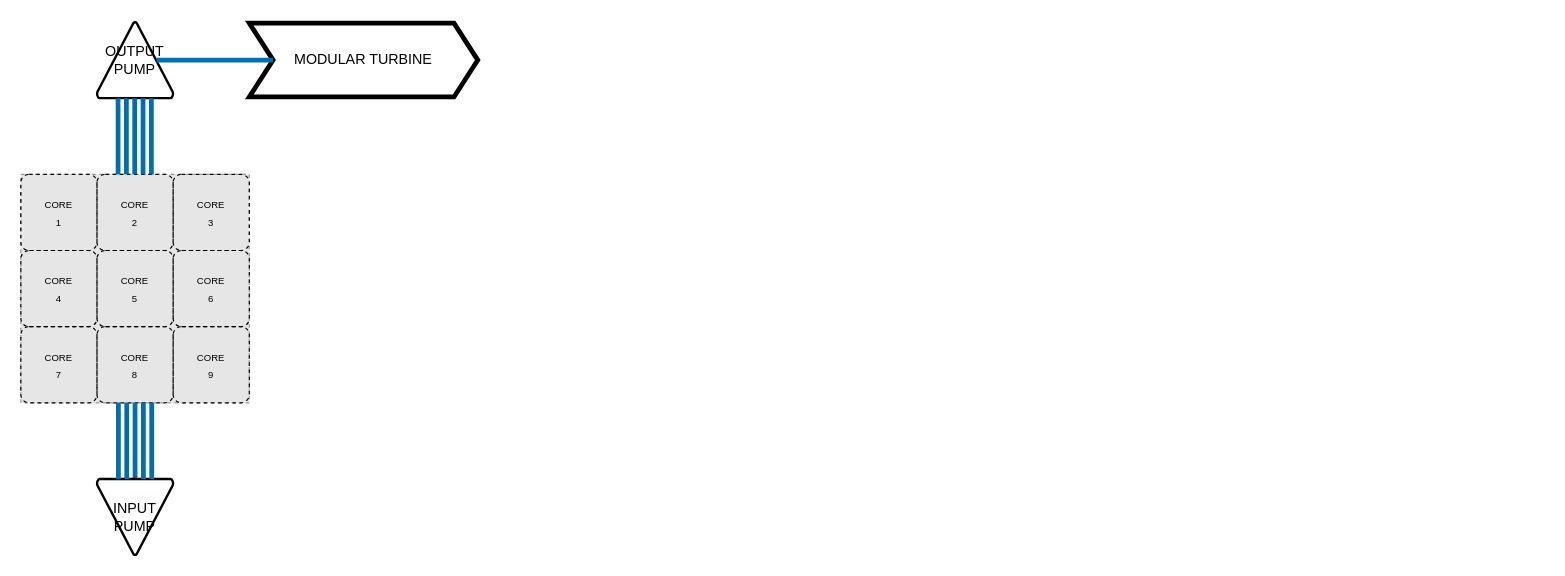
DoctorSquishy/SS13_Modular_Reactor keeps this draw.io diagram as page "Reactor Connections" (1 of 2) of Modular_Reactor_Planning.drawio. Above is the earlier version. Source tidied: cells renumbered, new cells numbered last; positions are measured from the earlier drawing's top-left corner, leaving out a move shared by most shapes. Both pictures are drawn from the tidied source at 119%, with x=0, y=0 at pixel (20, 21). Pictures stored in the file or linked from it are replaced by grey dashed boxes.
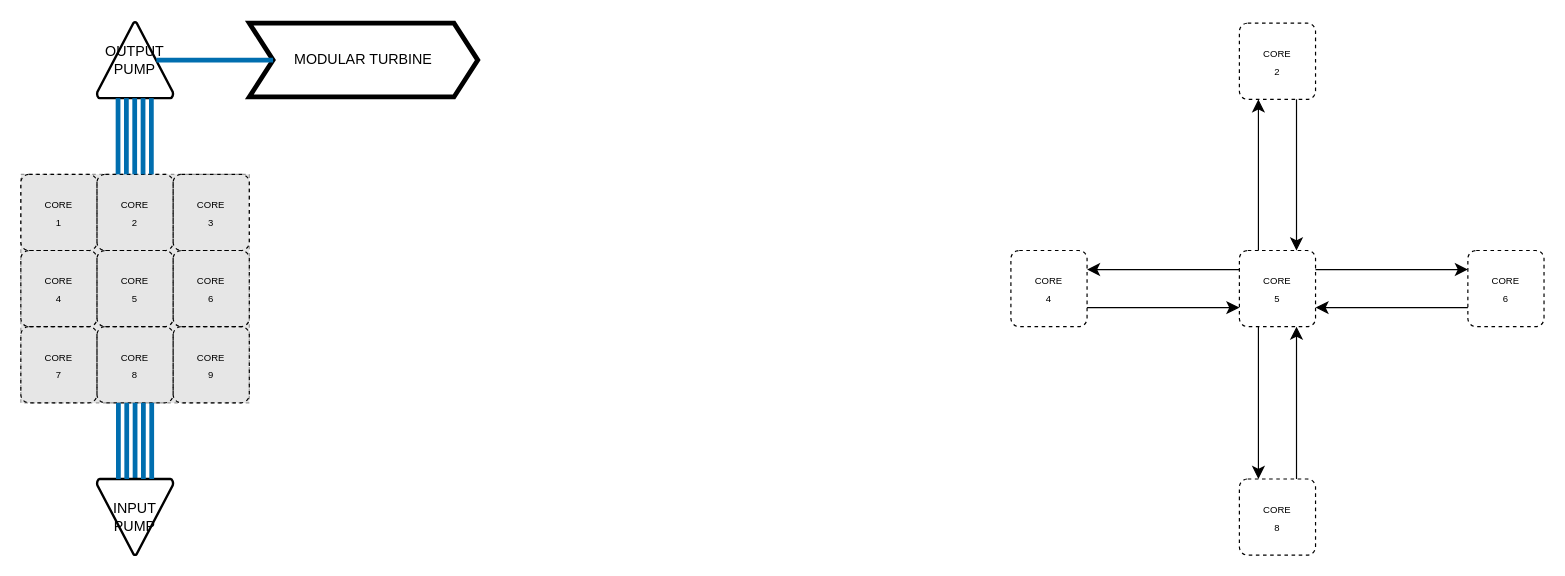
The same diagram, later.

What changed in the source:
```diff
@@
+    <mxCell id="26" style="edgeStyle=none;curved=1;rounded=0;jettySize=auto;html=1;entryX=0.75;entryY=0;entryDx=0;entryDy=0;fontSize=12;startSize=8;endSize=8;exitX=0.75;exitY=1;exitDx=0;exitDy=0;" parent="1" edge="1" source="27" target="34">
+      <mxGeometry relative="1" as="geometry" />
+    </mxCell>
+    <mxCell id="27" value="&lt;div&gt;&lt;font style=&quot;font-size: 8px;&quot;&gt;CORE&lt;/font&gt;&lt;/div&gt;&lt;div&gt;&lt;font style=&quot;font-size: 8px;&quot;&gt;2&lt;br&gt;&lt;/font&gt;&lt;/div&gt;" style="rounded=1;whiteSpace=wrap;html=1;absoluteArcSize=1;arcSize=14;strokeWidth=1;fillColor=none;shadow=0;glass=0;strokeColor=default;dashed=1;fillStyle=auto;gradientColor=none;" parent="1" vertex="1">
+      <mxGeometry x="1024" y="1" width="64" height="64" as="geometry" />
+    </mxCell>
+    <mxCell id="28" style="edgeStyle=none;curved=1;rounded=0;jettySize=auto;html=1;entryX=0;entryY=0.75;entryDx=0;entryDy=0;fontSize=12;startSize=8;endSize=8;exitX=1;exitY=0.75;exitDx=0;exitDy=0;" parent="1" edge="1" source="29" target="34">
+      <mxGeometry relative="1" as="geometry" />
+    </mxCell>
+    <mxCell id="29" value="&lt;div&gt;&lt;font style=&quot;font-size: 8px;&quot;&gt;CORE&lt;/font&gt;&lt;/div&gt;&lt;div&gt;&lt;font style=&quot;font-size: 8px;&quot;&gt;4&lt;br&gt;&lt;/font&gt;&lt;/div&gt;" style="rounded=1;whiteSpace=wrap;html=1;absoluteArcSize=1;arcSize=14;strokeWidth=1;fillColor=none;shadow=0;glass=0;strokeColor=default;dashed=1;fillStyle=auto;gradientColor=none;" parent="1" vertex="1">
+      <mxGeometry x="832" y="192" width="64" height="64" as="geometry" />
+    </mxCell>
+    <mxCell id="30" style="edgeStyle=none;curved=1;rounded=0;jettySize=auto;html=1;fontSize=12;startSize=8;endSize=8;startArrow=none;startFill=0;exitX=0.25;exitY=1;exitDx=0;exitDy=0;entryX=0.25;entryY=0;entryDx=0;entryDy=0;" parent="1" edge="1" source="34" target="38">
+      <mxGeometry relative="1" as="geometry" />
+    </mxCell>
+    <mxCell id="31" style="edgeStyle=none;curved=1;rounded=0;jettySize=auto;html=1;fontSize=12;startSize=8;endSize=8;startArrow=none;startFill=0;entryX=0;entryY=0.25;entryDx=0;entryDy=0;exitX=1;exitY=0.25;exitDx=0;exitDy=0;" parent="1" edge="1" source="34" target="36">
+      <mxGeometry relative="1" as="geometry" />
+    </mxCell>
+    <mxCell id="32" style="edgeStyle=none;curved=1;rounded=0;jettySize=auto;html=1;fontSize=12;startSize=8;endSize=8;startArrow=none;startFill=0;entryX=0.25;entryY=1;entryDx=0;entryDy=0;exitX=0.25;exitY=0;exitDx=0;exitDy=0;" parent="1" edge="1" source="34" target="27">
+      <mxGeometry relative="1" as="geometry" />
+    </mxCell>
+    <mxCell id="33" style="edgeStyle=none;curved=1;rounded=0;jettySize=auto;html=1;fontSize=12;startSize=8;endSize=8;startArrow=none;startFill=0;entryX=1;entryY=0.25;entryDx=0;entryDy=0;exitX=0;exitY=0.25;exitDx=0;exitDy=0;" parent="1" edge="1" source="34" target="29">
+      <mxGeometry relative="1" as="geometry" />
+    </mxCell>
+    <mxCell id="34" value="&lt;div&gt;&lt;font style=&quot;font-size: 8px;&quot;&gt;CORE&lt;/font&gt;&lt;/div&gt;&lt;div&gt;&lt;font style=&quot;font-size: 8px;&quot;&gt;5&lt;br&gt;&lt;/font&gt;&lt;/div&gt;" style="rounded=1;whiteSpace=wrap;html=1;absoluteArcSize=1;arcSize=14;strokeWidth=1;fillColor=none;shadow=0;glass=0;strokeColor=default;dashed=1;fillStyle=auto;gradientColor=none;" parent="1" vertex="1">
+      <mxGeometry x="1024" y="192" width="64" height="64" as="geometry" />
+    </mxCell>
+    <mxCell id="35" style="edgeStyle=none;curved=1;rounded=0;jettySize=auto;html=1;entryX=1;entryY=0.75;entryDx=0;entryDy=0;fontSize=12;startSize=8;endSize=8;exitX=0;exitY=0.75;exitDx=0;exitDy=0;" parent="1" edge="1" source="36" target="34">
+      <mxGeometry relative="1" as="geometry" />
+    </mxCell>
+    <mxCell id="36" value="&lt;div&gt;&lt;font style=&quot;font-size: 8px;&quot;&gt;CORE&lt;/font&gt;&lt;/div&gt;&lt;div&gt;&lt;font style=&quot;font-size: 8px;&quot;&gt;6&lt;br&gt;&lt;/font&gt;&lt;/div&gt;" style="rounded=1;whiteSpace=wrap;html=1;absoluteArcSize=1;arcSize=14;strokeWidth=1;fillColor=none;shadow=0;glass=0;strokeColor=default;dashed=1;fillStyle=auto;gradientColor=none;" parent="1" vertex="1">
+      <mxGeometry x="1216" y="192" width="64" height="64" as="geometry" />
+    </mxCell>
+    <mxCell id="37" style="edgeStyle=none;curved=1;rounded=0;jettySize=auto;html=1;entryX=0.75;entryY=1;entryDx=0;entryDy=0;fontSize=12;startSize=8;endSize=8;exitX=0.75;exitY=0;exitDx=0;exitDy=0;" parent="1" edge="1" source="38" target="34">
+      <mxGeometry relative="1" as="geometry" />
+    </mxCell>
+    <mxCell id="38" value="&lt;div&gt;&lt;font style=&quot;font-size: 8px;&quot;&gt;CORE&lt;/font&gt;&lt;/div&gt;&lt;div&gt;&lt;font style=&quot;font-size: 8px;&quot;&gt;8&lt;br&gt;&lt;/font&gt;&lt;/div&gt;" style="rounded=1;whiteSpace=wrap;html=1;absoluteArcSize=1;arcSize=14;strokeWidth=1;fillColor=none;shadow=0;glass=0;strokeColor=default;dashed=1;fillStyle=auto;gradientColor=none;" parent="1" vertex="1">
+      <mxGeometry x="1024" y="384" width="64" height="64" as="geometry" />
+    </mxCell>
```
